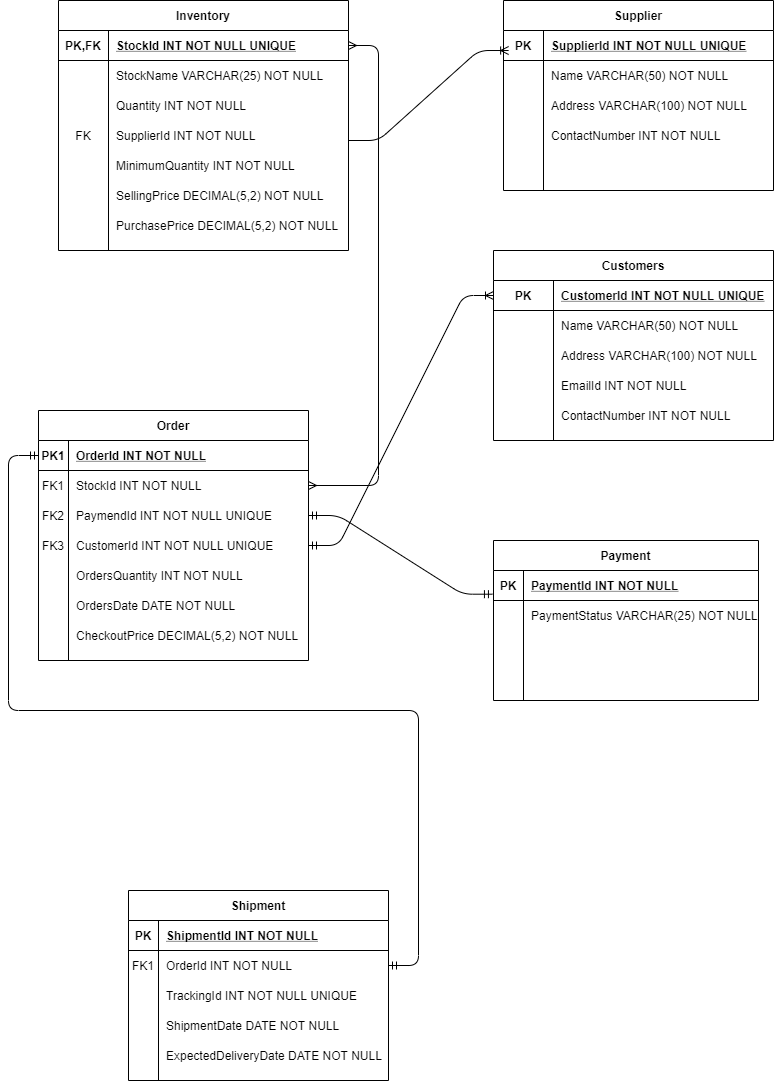
The draw.io diagram ERD-RETAILER DATABASE.png in Hardik-creator108/Retailer-Database-Application, before a commit. Source tidied: cells renumbered, new cells last; positions are measured from the earlier drawing's top-left corner, leaving out a move shared by most shapes.
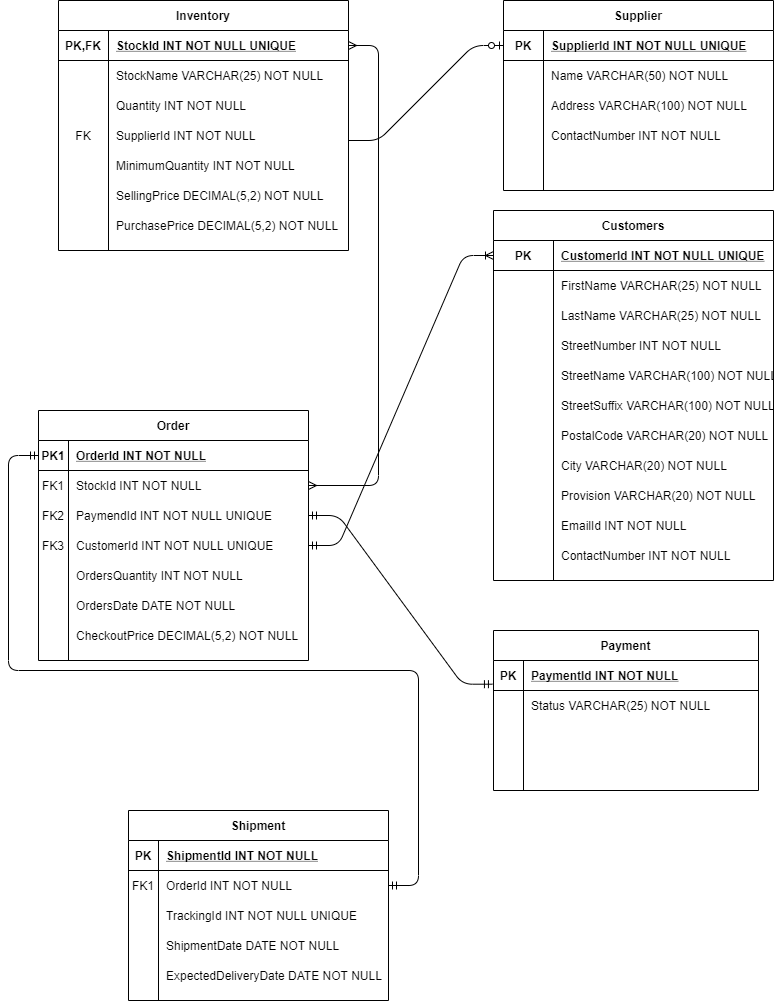
After the commit.

The edit, as a diff of the source:
```diff
@@ -3,7 +3,7 @@
     <mxCell id="0" />
     <mxCell id="1" parent="0" />
     <mxCell id="2" value="Shipment" style="shape=table;startSize=30;rowLines=0;fontStyle=1;align=center;" parent="1" vertex="1">
-      <mxGeometry x="90" y="890" width="260" height="190" as="geometry" />
+      <mxGeometry x="90" y="810" width="260" height="190" as="geometry" />
     </mxCell>
     <mxCell id="3" style="shape=partialRectangle;fillColor=none;top=0;left=0;right=0;bottom=1;" parent="2" vertex="1">
       <mxGeometry y="30" width="260" height="30" as="geometry" />
@@ -51,7 +51,7 @@
       <mxGeometry x="30" width="230" height="30" as="geometry" />
     </mxCell>
     <mxCell id="18" value="Customers" style="shape=table;startSize=30;rowLines=0;fontStyle=1;align=center;" parent="1" vertex="1">
-      <mxGeometry x="455" y="250" width="280" height="190" as="geometry" />
+      <mxGeometry x="455" y="210" width="280" height="370" as="geometry" />
     </mxCell>
     <mxCell id="19" style="shape=partialRectangle;fillColor=none;points=[[0,0.5],[1,0.5]];portConstraint=eastwest;top=0;left=0;right=0;bottom=1;" parent="18" vertex="1">
       <mxGeometry y="30" width="280" height="30" as="geometry" />
@@ -68,20 +68,74 @@
     <mxCell id="23" style="shape=partialRectangle;fillColor=none;top=0;left=0;bottom=0;right=0;overflow=hidden;" parent="22" vertex="1">
       <mxGeometry width="60" height="30" as="geometry" />
     </mxCell>
-    <mxCell id="24" value="Name VARCHAR(50) NOT NULL" style="shape=partialRectangle;fillColor=none;top=0;left=0;bottom=0;right=0;align=left;spacingLeft=6;overflow=hidden;" parent="22" vertex="1">
+    <mxCell id="24" value="FirstName VARCHAR(25) NOT NULL" style="shape=partialRectangle;fillColor=none;top=0;left=0;bottom=0;right=0;align=left;spacingLeft=6;overflow=hidden;" parent="22" vertex="1">
       <mxGeometry x="60" width="220" height="30" as="geometry" />
     </mxCell>
+    <mxCell id="112" style="shape=partialRectangle;fillColor=none;top=0;left=0;bottom=0;right=0;" parent="18" vertex="1">
+      <mxGeometry y="90" width="280" height="30" as="geometry" />
+    </mxCell>
+    <mxCell id="113" style="shape=partialRectangle;fillColor=none;top=0;left=0;bottom=0;right=0;overflow=hidden;" parent="112" vertex="1">
+      <mxGeometry width="60" height="30" as="geometry" />
+    </mxCell>
+    <mxCell id="114" value="LastName VARCHAR(25) NOT NULL" style="shape=partialRectangle;fillColor=none;top=0;left=0;bottom=0;right=0;align=left;spacingLeft=6;overflow=hidden;" parent="112" vertex="1">
+      <mxGeometry x="60" width="220" height="30" as="geometry" />
+    </mxCell>
+    <mxCell id="115" style="shape=partialRectangle;fillColor=none;top=0;left=0;bottom=0;right=0;" parent="18" vertex="1">
+      <mxGeometry y="120" width="280" height="30" as="geometry" />
+    </mxCell>
+    <mxCell id="116" style="shape=partialRectangle;fillColor=none;top=0;left=0;bottom=0;right=0;overflow=hidden;" parent="115" vertex="1">
+      <mxGeometry width="60" height="30" as="geometry" />
+    </mxCell>
+    <mxCell id="117" value="StreetNumber INT NOT NULL" style="shape=partialRectangle;fillColor=none;top=0;left=0;bottom=0;right=0;align=left;spacingLeft=6;overflow=hidden;" parent="115" vertex="1">
+      <mxGeometry x="60" width="220" height="30" as="geometry" />
+    </mxCell>
+    <mxCell id="118" style="shape=partialRectangle;fillColor=none;top=0;left=0;bottom=0;right=0;" parent="18" vertex="1">
+      <mxGeometry y="150" width="280" height="30" as="geometry" />
+    </mxCell>
+    <mxCell id="119" style="shape=partialRectangle;fillColor=none;top=0;left=0;bottom=0;right=0;overflow=hidden;" parent="118" vertex="1">
+      <mxGeometry width="60" height="30" as="geometry" />
+    </mxCell>
+    <mxCell id="120" value="StreetName VARCHAR(100) NOT NULL" style="shape=partialRectangle;fillColor=none;top=0;left=0;bottom=0;right=0;align=left;spacingLeft=6;overflow=hidden;" parent="118" vertex="1">
+      <mxGeometry x="60" width="220" height="30" as="geometry" />
+    </mxCell>
     <mxCell id="25" style="shape=partialRectangle;fillColor=none;top=0;left=0;bottom=0;right=0;" parent="18" vertex="1">
-      <mxGeometry y="90" width="280" height="30" as="geometry" />
+      <mxGeometry y="180" width="280" height="30" as="geometry" />
     </mxCell>
     <mxCell id="26" style="shape=partialRectangle;fillColor=none;top=0;left=0;bottom=0;right=0;overflow=hidden;" parent="25" vertex="1">
       <mxGeometry width="60" height="30" as="geometry" />
     </mxCell>
-    <mxCell id="27" value="Address VARCHAR(100) NOT NULL" style="shape=partialRectangle;fillColor=none;top=0;left=0;bottom=0;right=0;align=left;spacingLeft=6;overflow=hidden;" parent="25" vertex="1">
+    <mxCell id="27" value="StreetSuffix VARCHAR(100) NOT NULL" style="shape=partialRectangle;fillColor=none;top=0;left=0;bottom=0;right=0;align=left;spacingLeft=6;overflow=hidden;" parent="25" vertex="1">
       <mxGeometry x="60" width="220" height="30" as="geometry" />
     </mxCell>
+    <mxCell id="121" style="shape=partialRectangle;fillColor=none;top=0;left=0;bottom=0;right=0;" parent="18" vertex="1">
+      <mxGeometry y="210" width="280" height="30" as="geometry" />
+    </mxCell>
+    <mxCell id="122" style="shape=partialRectangle;fillColor=none;top=0;left=0;bottom=0;right=0;overflow=hidden;" parent="121" vertex="1">
+      <mxGeometry width="60" height="30" as="geometry" />
+    </mxCell>
+    <mxCell id="123" value="PostalCode VARCHAR(20) NOT NULL" style="shape=partialRectangle;fillColor=none;top=0;left=0;bottom=0;right=0;align=left;spacingLeft=6;overflow=hidden;" parent="121" vertex="1">
+      <mxGeometry x="60" width="220" height="30" as="geometry" />
+    </mxCell>
+    <mxCell id="124" style="shape=partialRectangle;fillColor=none;top=0;left=0;bottom=0;right=0;" parent="18" vertex="1">
+      <mxGeometry y="240" width="280" height="30" as="geometry" />
+    </mxCell>
+    <mxCell id="125" style="shape=partialRectangle;fillColor=none;top=0;left=0;bottom=0;right=0;overflow=hidden;" parent="124" vertex="1">
+      <mxGeometry width="60" height="30" as="geometry" />
+    </mxCell>
+    <mxCell id="126" value="City VARCHAR(20) NOT NULL" style="shape=partialRectangle;fillColor=none;top=0;left=0;bottom=0;right=0;align=left;spacingLeft=6;overflow=hidden;" parent="124" vertex="1">
+      <mxGeometry x="60" width="220" height="30" as="geometry" />
+    </mxCell>
+    <mxCell id="127" style="shape=partialRectangle;fillColor=none;top=0;left=0;bottom=0;right=0;" parent="18" vertex="1">
+      <mxGeometry y="270" width="280" height="30" as="geometry" />
+    </mxCell>
+    <mxCell id="128" style="shape=partialRectangle;fillColor=none;top=0;left=0;bottom=0;right=0;overflow=hidden;" parent="127" vertex="1">
+      <mxGeometry width="60" height="30" as="geometry" />
+    </mxCell>
+    <mxCell id="129" value="Provision VARCHAR(20) NOT NULL" style="shape=partialRectangle;fillColor=none;top=0;left=0;bottom=0;right=0;align=left;spacingLeft=6;overflow=hidden;" parent="127" vertex="1">
+      <mxGeometry x="60" width="220" height="30" as="geometry" />
+    </mxCell>
     <mxCell id="28" style="shape=partialRectangle;fillColor=none;top=0;left=0;bottom=0;right=0;" parent="18" vertex="1">
-      <mxGeometry y="120" width="280" height="30" as="geometry" />
+      <mxGeometry y="300" width="280" height="30" as="geometry" />
     </mxCell>
     <mxCell id="29" style="shape=partialRectangle;fillColor=none;top=0;left=0;bottom=0;right=0;overflow=hidden;" parent="28" vertex="1">
       <mxGeometry width="60" height="30" as="geometry" />
@@ -90,7 +144,7 @@
       <mxGeometry x="60" width="220" height="30" as="geometry" />
     </mxCell>
     <mxCell id="31" style="shape=partialRectangle;fillColor=none;top=0;left=0;right=0;bottom=0;" parent="18" vertex="1">
-      <mxGeometry y="150" width="280" height="30" as="geometry" />
+      <mxGeometry y="330" width="280" height="30" as="geometry" />
     </mxCell>
     <mxCell id="32" style="shape=partialRectangle;overflow=hidden;fillColor=none;top=0;left=0;bottom=0;right=0;" parent="31" vertex="1">
       <mxGeometry width="60" height="30" as="geometry" />
@@ -213,7 +267,7 @@
       <mxGeometry x="50" width="240" height="30" as="geometry" />
     </mxCell>
     <mxCell id="72" value="Payment" style="shape=table;startSize=30;rowLines=0;fontStyle=1;align=center;" parent="1" vertex="1">
-      <mxGeometry x="455" y="540" width="265" height="160" as="geometry" />
+      <mxGeometry x="455" y="630" width="265" height="160" as="geometry" />
     </mxCell>
     <mxCell id="73" style="shape=partialRectangle;fillColor=none;top=0;left=0;bottom=1;right=0;points=[[0,0.5],[1,0.5]];portConstraint=eastwest;" parent="72" vertex="1">
       <mxGeometry y="30" width="265" height="30" as="geometry" />
@@ -230,7 +284,7 @@
     <mxCell id="77" style="shape=partialRectangle;fillColor=none;top=0;left=0;bottom=0;right=0;overflow=hidden;" parent="76" vertex="1">
       <mxGeometry width="30" height="30" as="geometry" />
     </mxCell>
-    <mxCell id="78" value="PaymentStatus VARCHAR(25) NOT NULL" style="shape=partialRectangle;fillColor=none;top=0;left=0;bottom=0;right=0;align=left;spacingLeft=6;overflow=hidden;" parent="76" vertex="1">
+    <mxCell id="78" value="Status VARCHAR(25) NOT NULL" style="shape=partialRectangle;fillColor=none;top=0;left=0;bottom=0;right=0;align=left;spacingLeft=6;overflow=hidden;" parent="76" vertex="1">
       <mxGeometry x="30" width="235" height="30" as="geometry" />
     </mxCell>
     <mxCell id="79" style="shape=partialRectangle;fillColor=none;top=0;left=0;bottom=0;right=0;" parent="72" vertex="1">
@@ -317,6 +371,11 @@
     <mxCell id="106" value="CheckoutPrice DECIMAL(5,2) NOT NULL" style="shape=partialRectangle;fillColor=none;top=0;left=0;bottom=0;right=0;align=left;spacingLeft=6;overflow=hidden;" parent="104" vertex="1">
       <mxGeometry x="30" width="240" height="30" as="geometry" />
     </mxCell>
+    <mxCell id="130" style="edgeStyle=entityRelationEdgeStyle;fontSize=12;html=1;endArrow=ERzeroToOne;endFill=1;entryX=0;entryY=0.5;entryDx=0;entryDy=0;" parent="1" edge="1" target="35">
+      <mxGeometry relative="1" as="geometry">
+        <mxPoint x="310" y="140" as="sourcePoint" />
+      </mxGeometry>
+    </mxCell>
     <mxCell id="107" style="edgeStyle=entityRelationEdgeStyle;fontSize=12;html=1;endArrow=ERmany;startArrow=ERmany;exitX=1;exitY=0.5;exitDx=0;exitDy=0;" parent="1" edge="1" source="89" target="51">
       <mxGeometry relative="1" as="geometry" />
     </mxCell>
@@ -331,10 +390,5 @@
         <mxPoint y="455" as="targetPoint" />
       </mxGeometry>
     </mxCell>
-    <mxCell id="111" style="edgeStyle=entityRelationEdgeStyle;fontSize=12;html=1;endArrow=ERoneToMany;entryX=0.019;entryY=0.667;entryDx=0;entryDy=0;entryPerimeter=0;" parent="1" edge="1" target="35">
-      <mxGeometry relative="1" as="geometry">
-        <mxPoint x="310" y="140" as="sourcePoint" />
-      </mxGeometry>
-    </mxCell>
   </root>
 </mxGraphModel>
```
